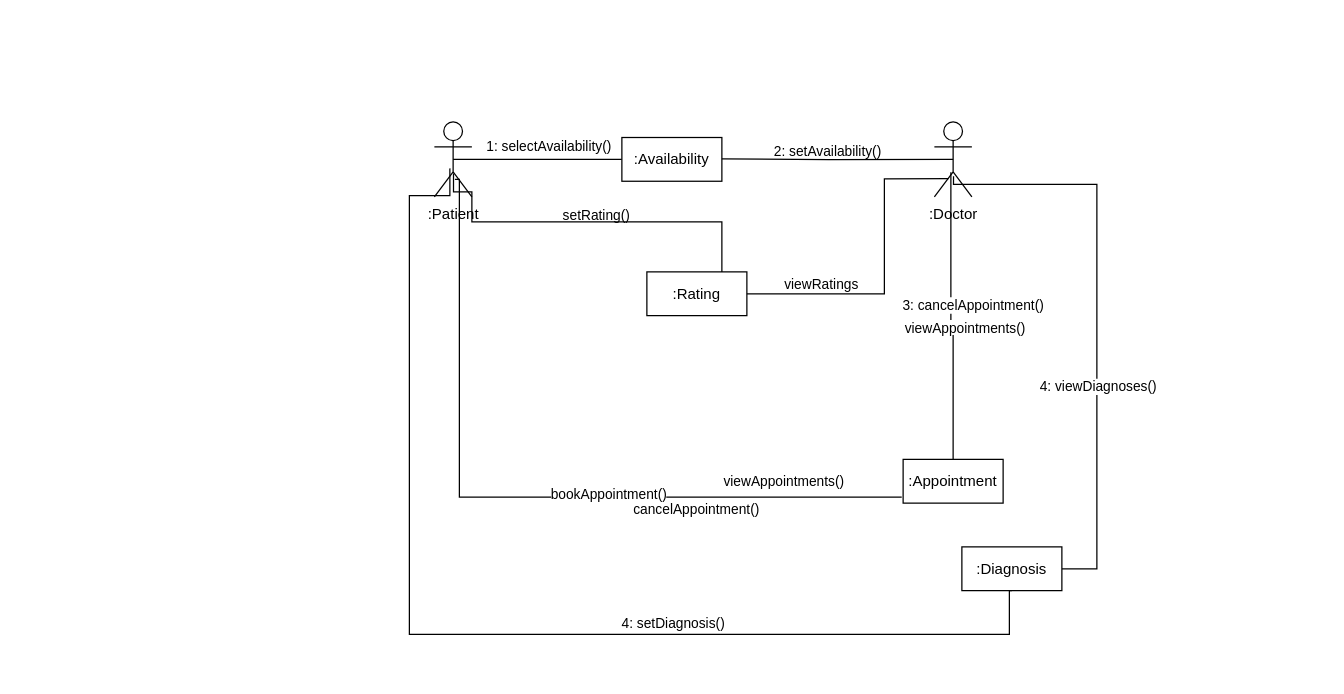
Before: diagrams/Collaboration_Diagram1.drawio in dimitry-lzs/seBackend, a draw.io diagram. Source tidied: cells renumbered, new cells numbered last; positions are measured from the earlier drawing's top-left corner, leaving out a move shared by most shapes. Both pictures are drawn from the tidied source at 125%, with x=0, y=0 at pixel (409, 121).
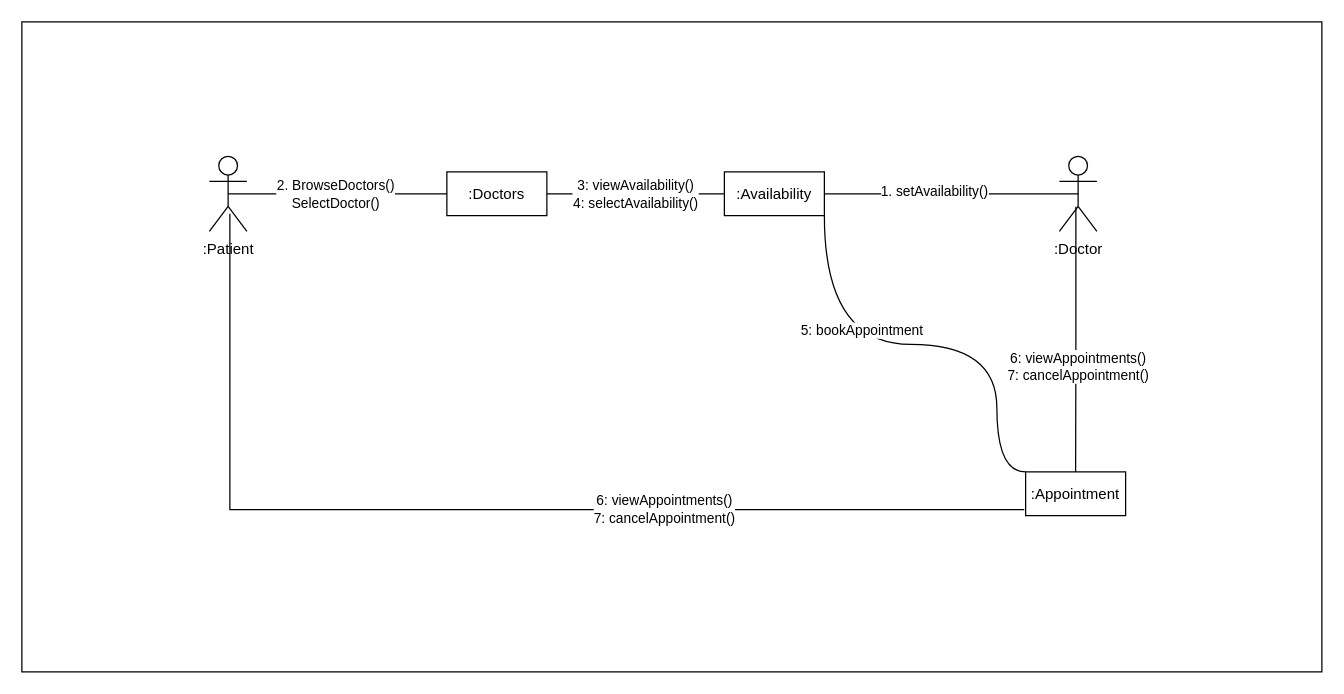
The same page after the edit.

Commit message (it also covers changes not shown here):
add collaboration diagrams

Unchanged cells that the change refers to:
```xml
<mxCell id="8" style="endArrow=none;html=1;edgeStyle=orthogonalEdgeStyle;rounded=0;entryX=0.5;entryY=0;entryDx=0;entryDy=0;exitX=0.44;exitY=0.673;exitDx=0;exitDy=0;exitPerimeter=0;" parent="1" edge="1" source="3" target="9">
  <mxGeometry relative="1" as="geometry" />
</mxCell>
```

Change to the diagram source:
```diff
@@
+    <mxCell id="28" style="rounded=0;whiteSpace=wrap;html=1;" parent="1" vertex="1">
+      <mxGeometry x="-310" y="-80" width="1040" height="520" as="geometry" />
+    </mxCell>
     <mxCell id="2" value=":Patient" style="shape=umlActor;verticalLabelPosition=bottom;verticalAlign=top;html=1;" parent="1" vertex="1">
-      <mxGeometry x="20" width="30" height="60" as="geometry" />
+      <mxGeometry x="-160" y="27.5" width="30" height="60" as="geometry" />
     </mxCell>
     <mxCell id="3" value=":Doctor" style="shape=umlActor;verticalLabelPosition=bottom;verticalAlign=top;html=1;" parent="1" vertex="1">
-      <mxGeometry x="420" width="30" height="60" as="geometry" />
+      <mxGeometry x="520" y="27.5" width="30" height="60" as="geometry" />
     </mxCell>
-    <mxCell id="4" style="endArrow=none;html=1;edgeStyle=orthogonalEdgeStyle;rounded=0;entryX=0;entryY=0.5;entryDx=0;entryDy=0;exitX=0.5;exitY=0.5;exitDx=0;exitDy=0;exitPerimeter=0;" parent="1" edge="1" source="2" target="6">
-      <mxGeometry relative="1" as="geometry" />
-    </mxCell>
-    <mxCell id="5" value="1: selectAvailability()" style="edgeLabel;html=1;align=left;verticalAlign=bottom;" parent="4" vertex="1">
-      <mxGeometry x="-1" relative="1" as="geometry">
-        <mxPoint x="25" y="-2" as="offset" />
-      </mxGeometry>
-    </mxCell>
-    <mxCell id="6" value=":Availability" style="html=1;whiteSpace=wrap;" parent="1" vertex="1">
-      <mxGeometry x="170" y="12.5" width="80" height="35" as="geometry" />
+    <mxCell id="6" value="&lt;span style=&quot;color: rgb(0, 0, 0);&quot;&gt;:Doctors&lt;/span&gt;" style="html=1;whiteSpace=wrap;" parent="1" vertex="1">
+      <mxGeometry x="30" y="40" width="80" height="35" as="geometry" />
     </mxCell>
-    <mxCell id="7" style="endArrow=none;html=1;edgeStyle=orthogonalEdgeStyle;rounded=0;entryX=0.5;entryY=0.5;entryDx=0;entryDy=0;entryPerimeter=0;" parent="1" edge="1" target="3">
-      <mxGeometry relative="1" as="geometry">
-        <mxPoint x="250" y="29.6" as="sourcePoint" />
-      </mxGeometry>
+    <mxCell id="7" style="endArrow=none;html=1;edgeStyle=orthogonalEdgeStyle;rounded=0;entryX=0.5;entryY=0.5;entryDx=0;entryDy=0;entryPerimeter=0;exitX=1;exitY=0.5;exitDx=0;exitDy=0;" parent="1" edge="1" source="32" target="3">
+      <mxGeometry relative="1" as="geometry" />
     </mxCell>
+    <mxCell id="29" value="1. setAvailability()" style="edgeLabel;html=1;align=center;verticalAlign=middle;" parent="7" vertex="1">
+      <mxGeometry x="-0.14" y="2" relative="1" as="geometry" />
+    </mxCell>
@@
+    <mxCell id="30" value="&lt;span style=&quot;color: rgb(0, 0, 0);&quot;&gt;6: viewAppointments()&lt;/span&gt;&lt;br&gt;&lt;span style=&quot;color: rgb(0, 0, 0);&quot;&gt;7:&amp;nbsp;&lt;/span&gt;&lt;span style=&quot;background-color: light-dark(#ffffff, var(--ge-dark-color, #121212));&quot;&gt;cancelAppointment()&lt;/span&gt;" style="edgeLabel;html=1;align=center;verticalAlign=middle;" parent="8" vertex="1">
+      <mxGeometry x="0.22" y="1" relative="1" as="geometry">
+        <mxPoint y="-2" as="offset" />
+      </mxGeometry>
+    </mxCell>
     <mxCell id="9" value=":Appointment" style="html=1;whiteSpace=wrap;" parent="1" vertex="1">
-      <mxGeometry x="395" y="270" width="80" height="35" as="geometry" />
+      <mxGeometry x="493" y="280" width="80" height="35" as="geometry" />
     </mxCell>
-    <mxCell id="10" value="3: &lt;span style=&quot;background-color: light-dark(#ffffff, var(--ge-dark-color, #121212));&quot;&gt;cancelAppointment()&lt;/span&gt;" style="edgeLabel;html=1;align=center;verticalAlign=bottom;" parent="1" vertex="1">
-      <mxGeometry x="442" y="130" as="geometry">
-        <mxPoint x="8" y="25" as="offset" />
-      </mxGeometry>
-    </mxCell>
-    <mxCell id="11" value="&lt;font style=&quot;font-size: 11px;&quot;&gt;2: setAvailability()&lt;/font&gt;" style="text;whiteSpace=wrap;html=1;" parent="1" vertex="1">
-      <mxGeometry x="290" y="10" width="105" height="10" as="geometry" />
-    </mxCell>
-    <mxCell id="12" value=":Rating" style="html=1;whiteSpace=wrap;" parent="1" vertex="1">
-      <mxGeometry x="190" y="120" width="80" height="35" as="geometry" />
-    </mxCell>
     <mxCell id="13" style="endArrow=none;html=1;edgeStyle=orthogonalEdgeStyle;rounded=0;entryX=-0.014;entryY=0.862;entryDx=0;entryDy=0;entryPerimeter=0;exitX=0.547;exitY=0.767;exitDx=0;exitDy=0;exitPerimeter=0;" parent="1" edge="1" source="2" target="9">
       <mxGeometry relative="1" as="geometry">
         <Array as="points">
-          <mxPoint x="40" y="46" />
-          <mxPoint x="40" y="300" />
+          <mxPoint x="-144" y="310" />
         </Array>
       </mxGeometry>
     </mxCell>
-    <mxCell id="14" style="endArrow=none;html=1;edgeStyle=orthogonalEdgeStyle;rounded=0;entryX=0.511;entryY=0.725;entryDx=0;entryDy=0;entryPerimeter=0;exitX=1;exitY=0.5;exitDx=0;exitDy=0;" parent="1" edge="1" source="17" target="3">
-      <mxGeometry relative="1" as="geometry">
-        <Array as="points">
-          <mxPoint x="550" y="358" />
-          <mxPoint x="550" y="50" />
-          <mxPoint x="435" y="50" />
-        </Array>
-      </mxGeometry>
-    </mxCell>
-    <mxCell id="15" value="4: viewDiagnoses()" style="edgeLabel;html=1;align=center;verticalAlign=middle;" parent="14" vertex="1">
-      <mxGeometry relative="1" as="geometry">
-        <mxPoint y="54" as="offset" />
-      </mxGeometry>
-    </mxCell>
-    <mxCell id="16" style="edgeLabel;html=1;align=center;verticalAlign=middle;" parent="14" vertex="1">
-      <mxGeometry x="-0.53" y="-5" relative="1" as="geometry">
-        <mxPoint x="118" y="-172" as="offset" />
-      </mxGeometry>
-    </mxCell>
-    <mxCell id="17" value=":Diagnosis" style="html=1;whiteSpace=wrap;" parent="1" vertex="1">
-      <mxGeometry x="442" y="340" width="80" height="35" as="geometry" />
-    </mxCell>
-    <mxCell id="18" value="&lt;span style=&quot;color: rgb(0, 0, 0); font-size: 11px; text-wrap-mode: nowrap; background-color: rgb(255, 255, 255);&quot;&gt;viewAppointments()&lt;/span&gt;" style="text;strokeColor=none;align=center;fillColor=none;html=1;verticalAlign=middle;whiteSpace=wrap;rounded=0;" parent="1" vertex="1">
-      <mxGeometry x="250" y="282.5" width="100" height="10" as="geometry" />
-    </mxCell>
-    <mxCell id="19" value="&lt;span style=&quot;color: rgb(0, 0, 0); font-size: 11px; text-wrap-mode: nowrap; background-color: rgb(255, 255, 255);&quot;&gt;cancelAppointment()&lt;/span&gt;" style="text;strokeColor=none;align=center;fillColor=none;html=1;verticalAlign=middle;whiteSpace=wrap;rounded=0;" parent="1" vertex="1">
-      <mxGeometry x="180" y="305" width="100" height="10" as="geometry" />
-    </mxCell>
-    <mxCell id="20" value="&lt;span style=&quot;color: rgb(0, 0, 0); font-size: 11px; text-wrap-mode: nowrap; background-color: rgb(255, 255, 255);&quot;&gt;setRating()&lt;/span&gt;" style="text;strokeColor=none;align=center;fillColor=none;html=1;verticalAlign=middle;whiteSpace=wrap;rounded=0;" parent="1" vertex="1">
-      <mxGeometry x="100" y="70" width="100" height="10" as="geometry" />
-    </mxCell>
-    <mxCell id="21" value="&lt;span style=&quot;color: rgb(0, 0, 0); font-size: 11px; text-wrap-mode: nowrap; background-color: rgb(255, 255, 255);&quot;&gt;viewAppointments()&lt;/span&gt;" style="text;strokeColor=none;align=center;fillColor=none;html=1;verticalAlign=middle;whiteSpace=wrap;rounded=0;" parent="1" vertex="1">
-      <mxGeometry x="395" y="160" width="100" height="10" as="geometry" />
-    </mxCell>
-    <mxCell id="22" style="endArrow=none;html=1;edgeStyle=orthogonalEdgeStyle;rounded=0;entryX=0.75;entryY=0;entryDx=0;entryDy=0;exitX=0.51;exitY=0.688;exitDx=0;exitDy=0;exitPerimeter=0;" parent="1" edge="1" source="2" target="12">
-      <mxGeometry relative="1" as="geometry">
-        <Array as="points">
-          <mxPoint x="35" y="56" />
-          <mxPoint x="50" y="56" />
-          <mxPoint x="50" y="80" />
-          <mxPoint x="250" y="80" />
-        </Array>
-      </mxGeometry>
-    </mxCell>
-    <mxCell id="23" style="endArrow=none;html=1;edgeStyle=orthogonalEdgeStyle;rounded=0;entryX=1;entryY=0.5;entryDx=0;entryDy=0;exitX=0.378;exitY=0.758;exitDx=0;exitDy=0;exitPerimeter=0;" parent="1" edge="1" source="3" target="12">
-      <mxGeometry relative="1" as="geometry">
-        <Array as="points">
-          <mxPoint x="380" y="46" />
-          <mxPoint x="380" y="138" />
-        </Array>
-      </mxGeometry>
-    </mxCell>
-    <mxCell id="24" value="&lt;span style=&quot;color: rgb(0, 0, 0); font-size: 11px; text-wrap-mode: nowrap; background-color: rgb(255, 255, 255);&quot;&gt;bookAppointment()&lt;/span&gt;" style="text;strokeColor=none;align=center;fillColor=none;html=1;verticalAlign=middle;whiteSpace=wrap;rounded=0;" parent="1" vertex="1">
-      <mxGeometry x="110" y="292.5" width="100" height="10" as="geometry" />
-    </mxCell>
-    <mxCell id="25" value="&lt;span style=&quot;color: rgb(0, 0, 0); font-size: 11px; text-wrap-mode: nowrap; background-color: rgb(255, 255, 255);&quot;&gt;viewRatings&lt;/span&gt;" style="text;strokeColor=none;align=center;fillColor=none;html=1;verticalAlign=middle;whiteSpace=wrap;rounded=0;" parent="1" vertex="1">
-      <mxGeometry x="280" y="125" width="100" height="10" as="geometry" />
-    </mxCell>
-    <mxCell id="26" style="endArrow=none;html=1;edgeStyle=orthogonalEdgeStyle;rounded=0;entryX=0.5;entryY=1;entryDx=0;entryDy=0;exitX=0.413;exitY=0.62;exitDx=0;exitDy=0;exitPerimeter=0;" parent="1" edge="1" source="2" target="17">
-      <mxGeometry relative="1" as="geometry">
-        <Array as="points">
-          <mxPoint x="32" y="59" />
-          <mxPoint y="59" />
-          <mxPoint y="410" />
-          <mxPoint x="480" y="410" />
-          <mxPoint x="480" y="375" />
-        </Array>
-      </mxGeometry>
-    </mxCell>
-    <mxCell id="27" value="4: setDiagnosis()" style="edgeLabel;html=1;align=center;verticalAlign=middle;" parent="1" vertex="1">
-      <mxGeometry x="210" y="400" as="geometry" />
-    </mxCell>
+    <mxCell id="31" value="&lt;span style=&quot;color: rgb(0, 0, 0);&quot;&gt;6: viewAppointments()&lt;br&gt;&lt;span style=&quot;color: rgb(0, 0, 0);&quot;&gt;7: cancelAppointment()&lt;/span&gt;&lt;/span&gt;" style="edgeLabel;html=1;align=center;verticalAlign=middle;" parent="13" vertex="1">
+      <mxGeometry x="0.62" y="1" relative="1" as="geometry">
+        <mxPoint x="-122" as="offset" />
+      </mxGeometry>
+    </mxCell>
+    <mxCell id="32" value=":Availability" style="html=1;whiteSpace=wrap;" parent="1" vertex="1">
+      <mxGeometry x="252" y="40" width="80" height="35" as="geometry" />
+    </mxCell>
+    <mxCell id="4" style="endArrow=none;html=1;edgeStyle=orthogonalEdgeStyle;rounded=0;entryX=0;entryY=0.5;entryDx=0;entryDy=0;exitX=0.5;exitY=0.5;exitDx=0;exitDy=0;exitPerimeter=0;" parent="1" edge="1" source="2" target="6">
+      <mxGeometry relative="1" as="geometry" />
+    </mxCell>
+    <mxCell id="33" value="&lt;span style=&quot;color: rgb(0, 0, 0);&quot;&gt;2. BrowseDoctors()&lt;/span&gt;&lt;div&gt;SelectDoctor()&lt;/div&gt;" style="edgeLabel;html=1;align=center;verticalAlign=middle;" parent="4" vertex="1">
+      <mxGeometry x="-0.14" y="2" relative="1" as="geometry">
+        <mxPoint x="10" y="2" as="offset" />
+      </mxGeometry>
+    </mxCell>
+    <mxCell id="34" style="endArrow=none;html=1;edgeStyle=orthogonalEdgeStyle;rounded=0;entryX=0;entryY=0.5;entryDx=0;entryDy=0;exitX=1;exitY=0.5;exitDx=0;exitDy=0;" parent="1" edge="1" source="6" target="32">
+      <mxGeometry relative="1" as="geometry" />
+    </mxCell>
+    <mxCell id="35" value="&lt;span style=&quot;background-color: rgb(255, 255, 255); text-align: left; color: rgb(0, 0, 0);&quot;&gt;3: viewAvailability()&lt;/span&gt;&lt;br style=&quot;background-color: rgb(255, 255, 255); text-align: left;&quot;&gt;&lt;span style=&quot;background-color: rgb(255, 255, 255); text-align: left; color: rgb(0, 0, 0);&quot;&gt;4: selectAvailability()&lt;/span&gt;" style="edgeLabel;html=1;align=center;verticalAlign=middle;" parent="34" vertex="1">
+      <mxGeometry x="-0.14" y="2" relative="1" as="geometry">
+        <mxPoint x="9" y="2" as="offset" />
+      </mxGeometry>
+    </mxCell>
+    <mxCell id="36" style="endArrow=none;html=1;edgeStyle=orthogonalEdgeStyle;rounded=0;entryX=0;entryY=0;entryDx=0;entryDy=0;exitX=1;exitY=1;exitDx=0;exitDy=0;curved=1;" parent="1" edge="1" source="32" target="9">
+      <mxGeometry relative="1" as="geometry">
+        <Array as="points">
+          <mxPoint x="332" y="178" />
+          <mxPoint x="470" y="178" />
+          <mxPoint x="470" y="280" />
+        </Array>
+      </mxGeometry>
+    </mxCell>
+    <mxCell id="37" value="&lt;span style=&quot;color: rgb(0, 0, 0);&quot;&gt;5: bookAppointment&lt;/span&gt;" style="edgeLabel;html=1;align=center;verticalAlign=middle;" parent="36" vertex="1">
+      <mxGeometry x="-0.28" y="12" relative="1" as="geometry" />
+    </mxCell>
```
